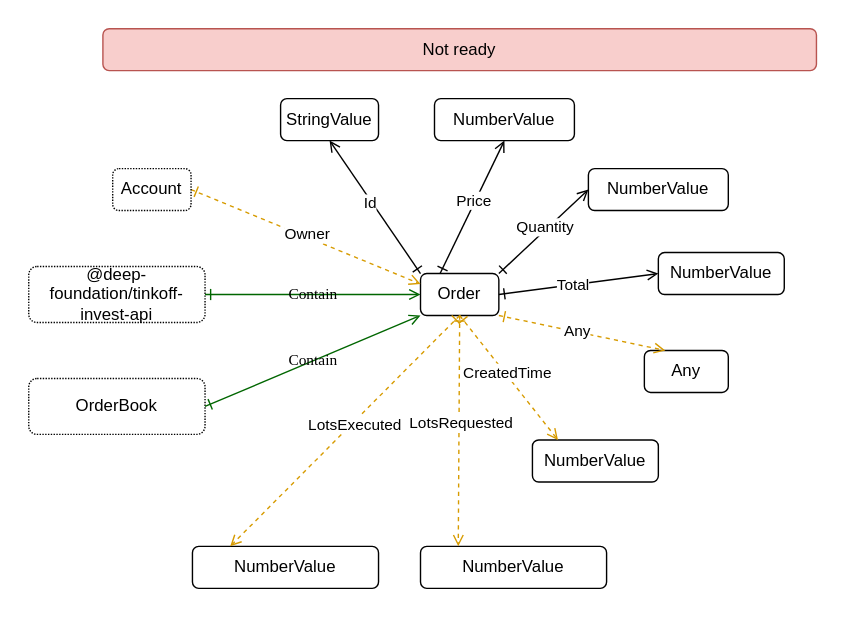
Before: src/order/Order.drawio.svg, a diagram exported from draw.io (suenot/deep-tinkoff-invest-api). Source tidied: cells renumbered, new cells last; positions are measured from the earlier drawing's top-left corner, leaving out a move shared by most shapes.
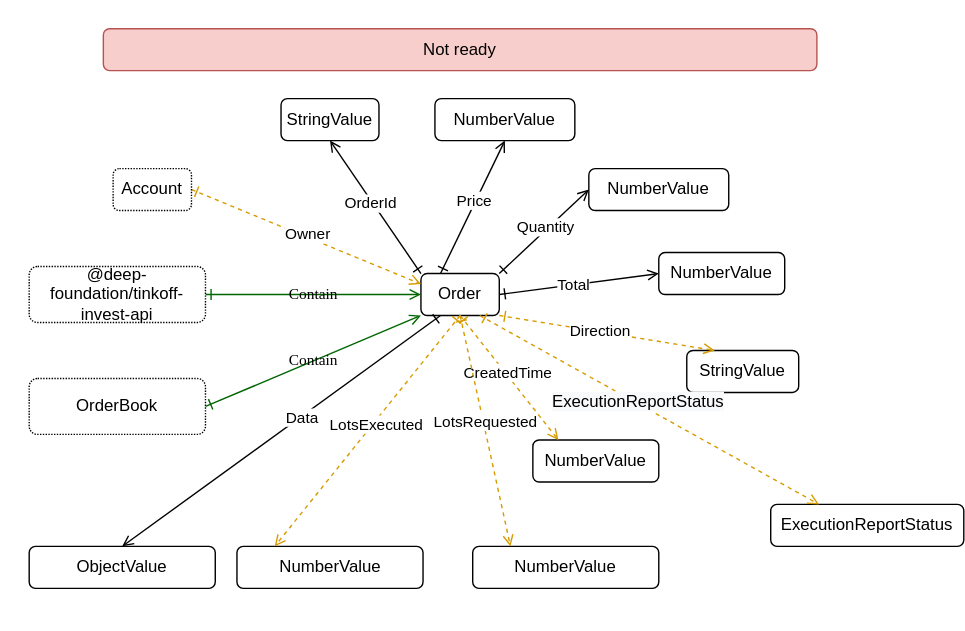
The same diagram one commit later.

The edit, as a diff of the source:
```diff
@@ -26,13 +26,13 @@
     <mxCell id="9" value="NumberValue" style="rounded=1;whiteSpace=wrap;html=1;labelBackgroundColor=none;" parent="1" vertex="1">
       <mxGeometry x="470" y="180" width="90" height="30" as="geometry" />
     </mxCell>
-    <mxCell id="10" value="Any" style="rounded=1;whiteSpace=wrap;html=1;labelBackgroundColor=none;" parent="1" vertex="1">
-      <mxGeometry x="460" y="250" width="60" height="30" as="geometry" />
+    <mxCell id="10" value="StringValue" style="rounded=1;whiteSpace=wrap;html=1;labelBackgroundColor=none;" parent="1" vertex="1">
+      <mxGeometry x="490" y="250" width="80" height="30" as="geometry" />
     </mxCell>
     <mxCell id="11" style="edgeStyle=none;html=1;exitX=1;exitY=1;exitDx=0;exitDy=0;startArrow=ERone;startFill=0;entryX=0.25;entryY=0;entryDx=0;entryDy=0;endArrow=open;endFill=0;dashed=1;strokeColor=#D79B00;" parent="1" edge="1" source="5" target="10">
       <mxGeometry relative="1" as="geometry" />
     </mxCell>
-    <mxCell id="12" value="Any" style="edgeLabel;html=1;align=center;verticalAlign=middle;" parent="11" vertex="1">
+    <mxCell id="12" value="Direction" style="edgeLabel;html=1;align=center;verticalAlign=middle;" parent="11" vertex="1">
       <mxGeometry x="-0.07" y="1" relative="1" as="geometry" />
     </mxCell>
     <mxCell id="13" style="edgeStyle=none;html=1;exitX=0.25;exitY=0;exitDx=0;exitDy=0;startArrow=ERone;startFill=0;endArrow=open;endFill=0;entryX=0.5;entryY=1;entryDx=0;entryDy=0;" parent="1" edge="1" source="5" target="15">
@@ -80,11 +80,11 @@
     <mxCell id="27" style="edgeStyle=none;html=1;exitX=0;exitY=0;exitDx=0;exitDy=0;startArrow=ERone;startFill=0;endArrow=open;endFill=0;entryX=0.5;entryY=1;entryDx=0;entryDy=0;" parent="1" edge="1" source="5" target="26">
       <mxGeometry relative="1" as="geometry" />
     </mxCell>
-    <mxCell id="28" value="Id" style="edgeLabel;html=1;align=center;verticalAlign=middle;" parent="27" vertex="1">
+    <mxCell id="28" value="OrderId" style="edgeLabel;html=1;align=center;verticalAlign=middle;" parent="27" vertex="1">
       <mxGeometry x="0.08" y="2" relative="1" as="geometry" />
     </mxCell>
     <mxCell id="29" value="NumberValue" style="rounded=1;whiteSpace=wrap;html=1;labelBackgroundColor=none;" parent="1" vertex="1">
-      <mxGeometry x="300" y="390" width="133" height="30" as="geometry" />
+      <mxGeometry x="337" y="390" width="133" height="30" as="geometry" />
     </mxCell>
     <mxCell id="30" style="edgeStyle=none;html=1;exitX=0.5;exitY=1;exitDx=0;exitDy=0;startArrow=ERone;startFill=0;entryX=0.203;entryY=0;entryDx=0;entryDy=0;endArrow=open;endFill=0;entryPerimeter=0;dashed=1;strokeColor=#D79B00;" parent="1" edge="1" source="5" target="29">
       <mxGeometry relative="1" as="geometry" />
@@ -93,7 +93,7 @@
       <mxGeometry x="-0.07" y="1" relative="1" as="geometry" />
     </mxCell>
     <mxCell id="32" value="NumberValue" style="rounded=1;whiteSpace=wrap;html=1;labelBackgroundColor=none;" parent="1" vertex="1">
-      <mxGeometry x="137" y="390" width="133" height="30" as="geometry" />
+      <mxGeometry x="168.5" y="390" width="133" height="30" as="geometry" />
     </mxCell>
     <mxCell id="33" style="edgeStyle=none;html=1;exitX=0.5;exitY=1;exitDx=0;exitDy=0;startArrow=ERone;startFill=0;entryX=0.203;entryY=0;entryDx=0;entryDy=0;endArrow=open;endFill=0;entryPerimeter=0;dashed=1;strokeColor=#D79B00;" parent="1" edge="1" source="5" target="32">
       <mxGeometry relative="1" as="geometry" />
@@ -104,5 +104,23 @@
     <mxCell id="35" value="Not ready" style="rounded=1;whiteSpace=wrap;html=1;labelBackgroundColor=none;fillColor=#f8cecc;strokeColor=#b85450;" parent="1" vertex="1">
       <mxGeometry x="73" y="20" width="510" height="30" as="geometry" />
     </mxCell>
+    <mxCell id="36" value="ObjectValue" style="rounded=1;whiteSpace=wrap;html=1;labelBackgroundColor=none;" parent="1" vertex="1">
+      <mxGeometry x="20" y="390" width="133" height="30" as="geometry" />
+    </mxCell>
+    <mxCell id="37" style="edgeStyle=none;html=1;exitX=0.25;exitY=1;exitDx=0;exitDy=0;startArrow=ERone;startFill=0;entryX=0.5;entryY=0;entryDx=0;entryDy=0;endArrow=open;endFill=0;" parent="1" edge="1" source="5" target="36">
+      <mxGeometry relative="1" as="geometry" />
+    </mxCell>
+    <mxCell id="38" value="Data" style="edgeLabel;html=1;align=center;verticalAlign=middle;" parent="37" vertex="1">
+      <mxGeometry x="-0.12" relative="1" as="geometry" />
+    </mxCell>
+    <mxCell id="39" value="ExecutionReportStatus" style="rounded=1;whiteSpace=wrap;html=1;labelBackgroundColor=none;" parent="1" vertex="1">
+      <mxGeometry x="550" y="360" width="138" height="30" as="geometry" />
+    </mxCell>
+    <mxCell id="40" style="edgeStyle=none;html=1;exitX=0.75;exitY=1;exitDx=0;exitDy=0;startArrow=ERone;startFill=0;entryX=0.25;entryY=0;entryDx=0;entryDy=0;endArrow=open;endFill=0;dashed=1;strokeColor=#D79B00;" parent="1" edge="1" source="5" target="39">
+      <mxGeometry relative="1" as="geometry" />
+    </mxCell>
+    <mxCell id="41" value="&lt;span style=&quot;font-size: 12px ; background-color: rgb(248 , 249 , 250)&quot;&gt;ExecutionReportStatus&lt;/span&gt;" style="edgeLabel;html=1;align=center;verticalAlign=middle;" parent="40" vertex="1">
+      <mxGeometry x="-0.07" y="1" relative="1" as="geometry" />
+    </mxCell>
   </root>
 </mxGraphModel>
```
